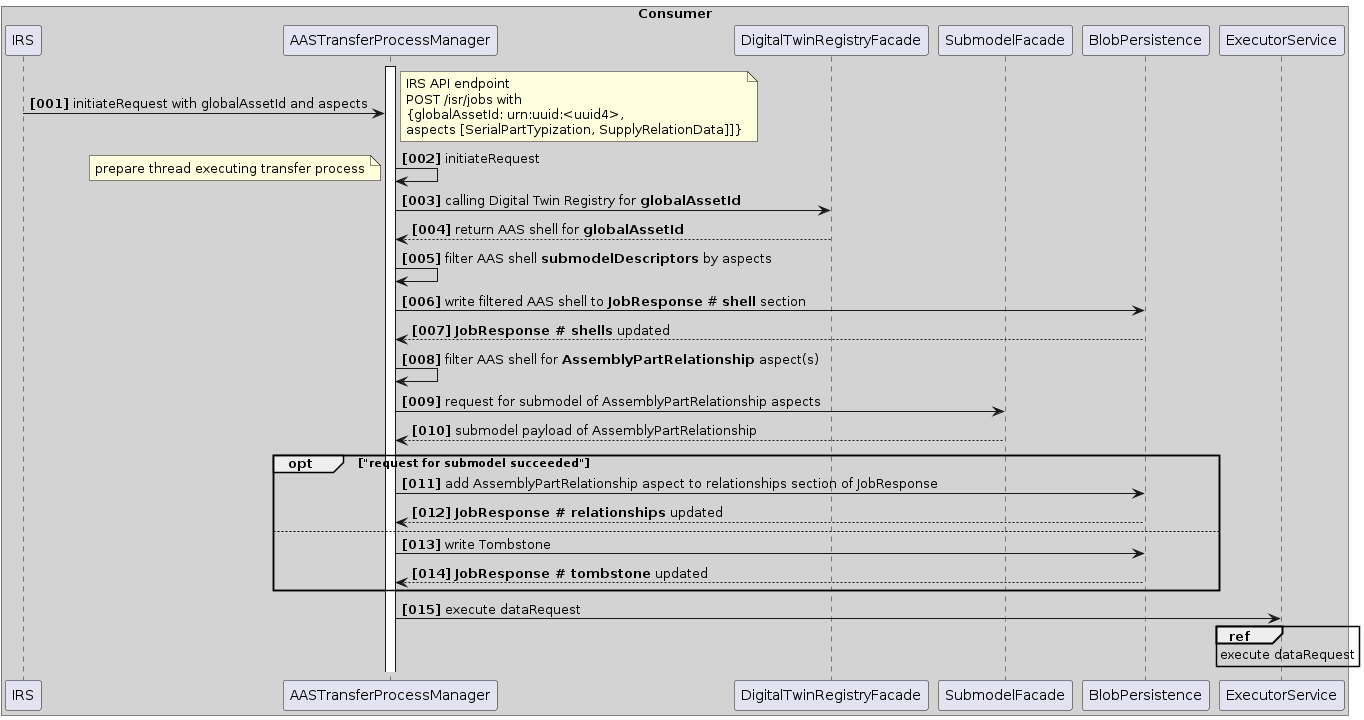
This is docs/assets/arc42/arc42_009.png from catenax-ng/tx-item-relationship-service, a PlantUML export, as it was before one commit. Its diagram source:
```plantuml
@startuml
skinparam shadowing false

autonumber "<b>[000]"
box "Consumer" #LightGrey
participant IRS
participant AASTransferProcessManager
activate AASTransferProcessManager
participant DigitalTwinRegistryFacade
participant SubmodelFacade
participant BlobPersistence
participant ExecutorService


IRS -> AASTransferProcessManager: initiateRequest with globalAssetId and aspects
note right
    IRS API endpoint
    POST /isr/jobs with
    {globalAssetId: urn:uuid:<uuid4>,
    aspects [SerialPartTypization, SupplyRelationData]]}
end note
AASTransferProcessManager -> AASTransferProcessManager : initiateRequest
note left
    prepare thread executing transfer process
end note
AASTransferProcessManager -> DigitalTwinRegistryFacade : calling Digital Twin Registry for **globalAssetId**
AASTransferProcessManager <-- DigitalTwinRegistryFacade : return AAS shell for **globalAssetId**
AASTransferProcessManager -> AASTransferProcessManager : filter AAS shell **submodelDescriptors** by aspects
AASTransferProcessManager -> BlobPersistence : write filtered AAS shell to **JobResponse** # **shell** section
AASTransferProcessManager <-- BlobPersistence : **JobResponse # shells** updated
AASTransferProcessManager -> AASTransferProcessManager : filter AAS shell for **AssemblyPartRelationship** aspect(s)
AASTransferProcessManager -> SubmodelFacade: request for submodel of AssemblyPartRelationship aspects
AASTransferProcessManager <-- SubmodelFacade: submodel payload of AssemblyPartRelationship
opt "request for submodel succeeded"
AASTransferProcessManager -> BlobPersistence : add AssemblyPartRelationship aspect to relationships section of JobResponse
AASTransferProcessManager <-- BlobPersistence : **JobResponse # relationships** updated
else
AASTransferProcessManager -> BlobPersistence : write Tombstone
AASTransferProcessManager <-- BlobPersistence : **JobResponse # tombstone** updated
end


AASTransferProcessManager -> ExecutorService: execute dataRequest
ref over ExecutorService
    execute dataRequest
end



@enduml
```
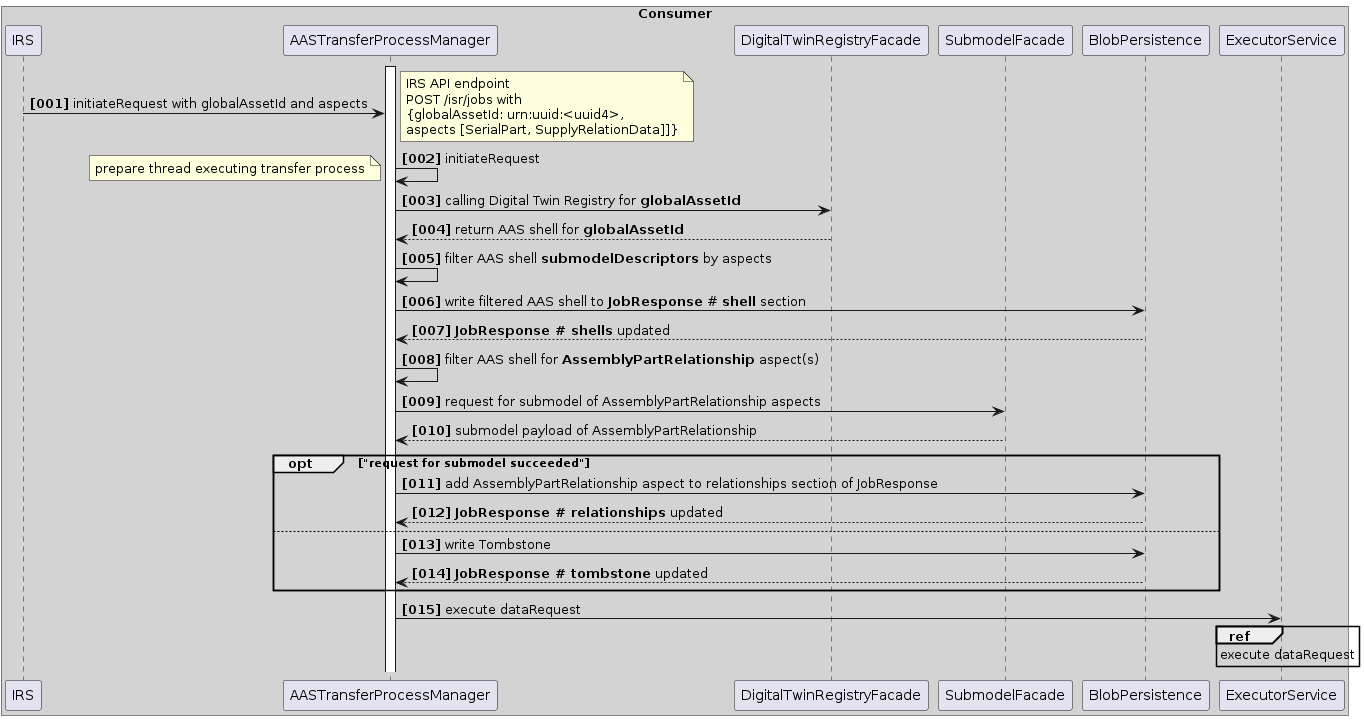
The same diagram one commit later.

What changed in the source:
```diff
@@ -17,7 +17,7 @@
     IRS API endpoint
     POST /isr/jobs with
     {globalAssetId: urn:uuid:<uuid4>,
-    aspects [SerialPartTypization, SupplyRelationData]]}
+    aspects [SerialPart, SupplyRelationData]]}
 end note
 AASTransferProcessManager -> AASTransferProcessManager : initiateRequest
 note left
```
